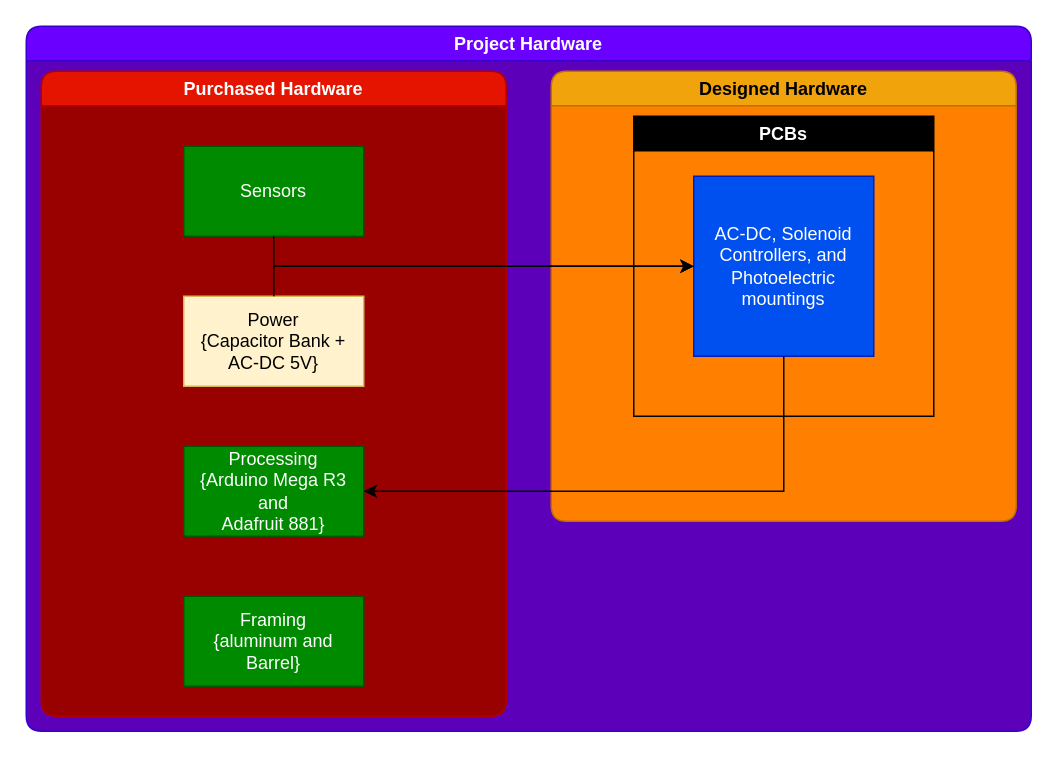
The draw.io diagram DRAW.IO/Hardware Block Diagram.drawio in will4269/capstone, before the edit. Source tidied: cells renumbered, new cells numbered last; positions are measured from the earlier drawing's top-left corner, leaving out a move shared by most shapes. Both pictures are drawn from the tidied source at 150%, with x=0, y=0 at pixel (26, 26).
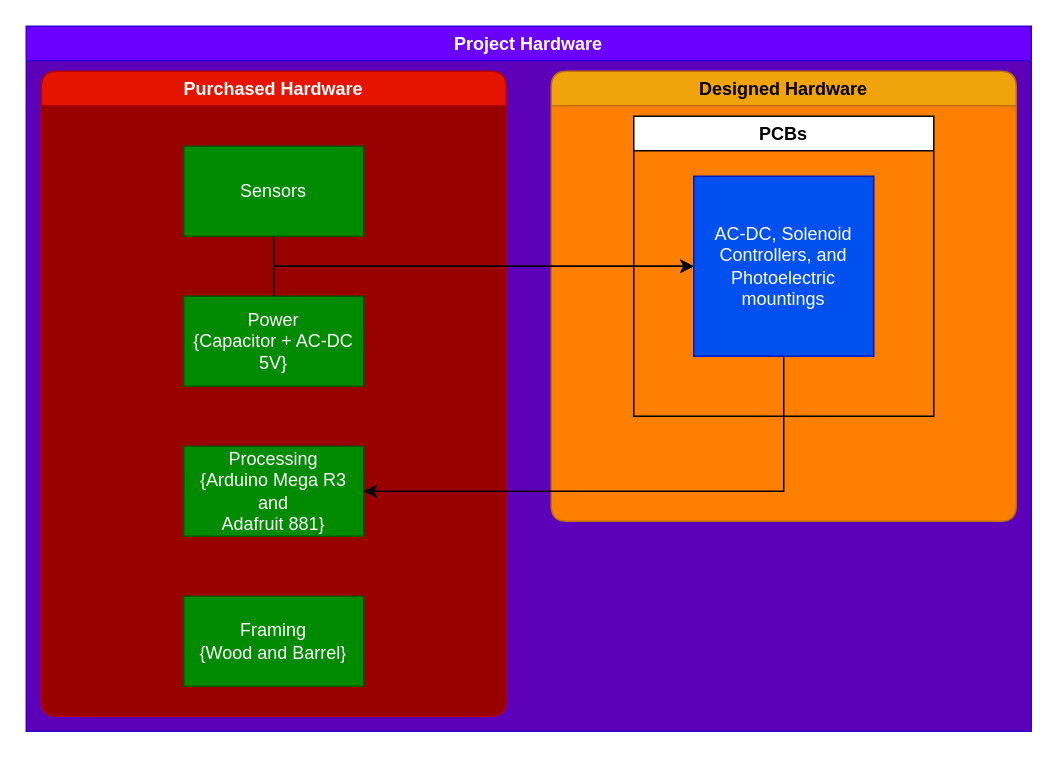
Above is the later version.

What changed in the source:
```diff
@@
 <mxGraphModel>
   <root>
     <mxCell id="0" />
     <mxCell id="1" parent="0" />
-    <mxCell id="2" value="Project Hardware" style="swimlane;whiteSpace=wrap;html=1;fillColor=#6a00ff;fontColor=#ffffff;strokeColor=#3700CC;gradientColor=none;rounded=1;shadow=0;glass=0;swimlaneFillColor=#5D00BA;" parent="1" vertex="1">
+    <mxCell id="2" value="Project Hardware" style="swimlane;whiteSpace=wrap;html=1;fillColor=#6a00ff;fontColor=#ffffff;strokeColor=#3700CC;gradientColor=none;rounded=0;shadow=0;glass=0;swimlaneFillColor=#5D00BA;" parent="1" vertex="1">
       <mxGeometry width="670" height="470" as="geometry" />
     </mxCell>
     <mxCell id="3" value="Purchased Hardware" style="swimlane;whiteSpace=wrap;html=1;fillColor=#e51400;fontColor=#ffffff;strokeColor=#B20000;swimlaneFillColor=#990000;rounded=1;" parent="2" vertex="1">
       <mxGeometry x="10" y="30" width="310" height="430" as="geometry" />
     </mxCell>
     <mxCell id="4" value="Sensors" style="rounded=0;whiteSpace=wrap;html=1;fillColor=#008a00;fontColor=#ffffff;strokeColor=#005700;" parent="3" vertex="1">
       <mxGeometry x="95" y="50" width="120" height="60" as="geometry" />
     </mxCell>
-    <mxCell id="5" value="Power&lt;br&gt;{Capacitor Bank + AC-DC 5V}" style="rounded=0;whiteSpace=wrap;html=1;fillColor=#fff2cc;strokeColor=#d6b656;" parent="3" vertex="1">
+    <mxCell id="5" value="Power&lt;br&gt;{Capacitor + AC-DC 5V}" style="rounded=0;whiteSpace=wrap;html=1;fillColor=#008a00;fontColor=#ffffff;strokeColor=#005700;" parent="3" vertex="1">
       <mxGeometry x="95" y="150" width="120" height="60" as="geometry" />
     </mxCell>
     <mxCell id="6" value="Processing&lt;br&gt;{Arduino Mega R3 and&lt;br&gt;Adafruit 881}" style="rounded=0;whiteSpace=wrap;html=1;fillColor=#008a00;fontColor=#ffffff;strokeColor=#005700;" parent="3" vertex="1">
       <mxGeometry x="95" y="250" width="120" height="60" as="geometry" />
     </mxCell>
-    <mxCell id="7" value="Framing&lt;br&gt;{aluminum and Barrel}" style="rounded=0;whiteSpace=wrap;html=1;fillColor=#008a00;fontColor=#ffffff;strokeColor=#005700;" parent="3" vertex="1">
+    <mxCell id="7" value="Framing&lt;br&gt;{Wood and Barrel}" style="rounded=0;whiteSpace=wrap;html=1;fillColor=#008a00;fontColor=#ffffff;strokeColor=#005700;" parent="3" vertex="1">
       <mxGeometry x="95" y="350" width="120" height="60" as="geometry" />
     </mxCell>
     <mxCell id="8" value="Designed Hardware" style="swimlane;whiteSpace=wrap;html=1;fillColor=#f0a30a;fontColor=#000000;strokeColor=#BD7000;swimlaneFillColor=#FF8000;rounded=1;" parent="2" vertex="1">
       <mxGeometry x="350" y="30" width="310" height="300" as="geometry" />
     </mxCell>
-    <mxCell id="9" value="&lt;font color=&quot;#ffffff&quot;&gt;PCBs&lt;/font&gt;" style="swimlane;whiteSpace=wrap;html=1;fillColor=#000000;" parent="8" vertex="1">
+    <mxCell id="9" value="PCBs" style="swimlane;whiteSpace=wrap;html=1;" parent="8" vertex="1">
       <mxGeometry x="55" y="30" width="200" height="200" as="geometry" />
     </mxCell>
     <mxCell id="10" value="AC-DC, Solenoid Controllers, and Photoelectric mountings" style="rounded=0;whiteSpace=wrap;html=1;fillColor=#0050ef;fontColor=#ffffff;strokeColor=#001DBC;" parent="9" vertex="1">
       <mxGeometry x="40" y="40" width="120" height="120" as="geometry" />
     </mxCell>
     <mxCell id="11" style="edgeStyle=orthogonalEdgeStyle;rounded=0;jettySize=auto;html=1;exitX=0.5;exitY=1;exitDx=0;exitDy=0;" parent="2" edge="1" source="4" target="10">
       <mxGeometry relative="1" as="geometry" />
     </mxCell>
     <mxCell id="12" style="edgeStyle=orthogonalEdgeStyle;rounded=0;jettySize=auto;html=1;exitX=0.5;exitY=0;exitDx=0;exitDy=0;entryX=0;entryY=0.5;entryDx=0;entryDy=0;" parent="2" edge="1" source="5" target="10">
       <mxGeometry relative="1" as="geometry" />
     </mxCell>
     <mxCell id="13" style="edgeStyle=orthogonalEdgeStyle;rounded=0;jettySize=auto;html=1;exitX=0.5;exitY=1;exitDx=0;exitDy=0;entryX=1;entryY=0.5;entryDx=0;entryDy=0;" parent="2" edge="1" source="10" target="6">
       <mxGeometry relative="1" as="geometry" />
     </mxCell>
   </root>
 </mxGraphModel>
```
